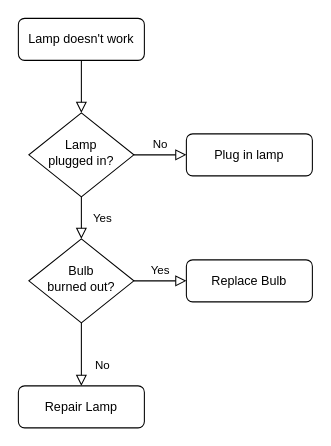
This is Untitled Diagram.drawio from nftPower88/CryptoGraphBot, a draw.io file, before an edit. Source tidied: cells renumbered, new cells numbered last; positions are measured from the earlier drawing's top-left corner, leaving out a move shared by most shapes. Both pictures are drawn from the tidied source at 105%, with x=0, y=0 at pixel (18, 18).
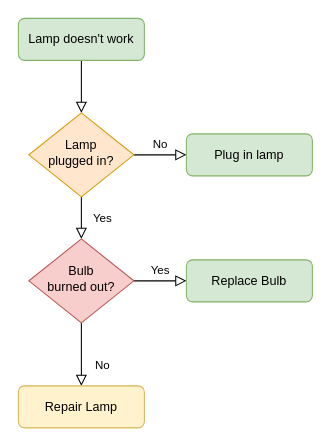
Above is the later version.

The edit, as a diff of the source:
```diff
@@
 <mxGraphModel>
   <root>
     <mxCell id="0" />
     <mxCell id="1" parent="0" />
     <mxCell id="2" style="rounded=0;html=1;jettySize=auto;fontSize=11;endArrow=block;endFill=0;endSize=8;strokeWidth=1;shadow=0;labelBackgroundColor=none;edgeStyle=orthogonalEdgeStyle;" parent="1" edge="1" source="3" target="6">
       <mxGeometry relative="1" as="geometry" />
     </mxCell>
-    <mxCell id="3" value="Lamp doesn't work" style="rounded=1;whiteSpace=wrap;html=1;fontSize=12;glass=0;strokeWidth=1;shadow=0;" parent="1" vertex="1">
+    <mxCell id="3" value="Lamp doesn't work" style="rounded=1;whiteSpace=wrap;html=1;fontSize=12;glass=0;strokeWidth=1;shadow=0;fillColor=#d5e8d4;strokeColor=#82b366;" parent="1" vertex="1">
       <mxGeometry width="120" height="40" as="geometry" />
     </mxCell>
     <mxCell id="4" value="Yes" style="rounded=0;html=1;jettySize=auto;fontSize=11;endArrow=block;endFill=0;endSize=8;strokeWidth=1;shadow=0;labelBackgroundColor=none;edgeStyle=orthogonalEdgeStyle;" parent="1" edge="1" source="6" target="10">
       <mxGeometry y="20" relative="1" as="geometry" />
     </mxCell>
     <mxCell id="5" value="No" style="edgeStyle=orthogonalEdgeStyle;rounded=0;html=1;jettySize=auto;fontSize=11;endArrow=block;endFill=0;endSize=8;strokeWidth=1;shadow=0;labelBackgroundColor=none;" parent="1" edge="1" source="6" target="7">
       <mxGeometry y="10" relative="1" as="geometry" />
     </mxCell>
-    <mxCell id="6" value="Lamp&lt;br&gt;plugged in?" style="rhombus;whiteSpace=wrap;html=1;shadow=0;fontFamily=Helvetica;fontSize=12;align=center;strokeWidth=1;spacing=6;spacingTop=-4;" parent="1" vertex="1">
+    <mxCell id="6" value="Lamp&lt;br&gt;plugged in?" style="rhombus;whiteSpace=wrap;html=1;shadow=0;fontFamily=Helvetica;fontSize=12;align=center;strokeWidth=1;spacing=6;spacingTop=-4;fillColor=#ffe6cc;strokeColor=#d79b00;" parent="1" vertex="1">
       <mxGeometry x="10" y="90" width="100" height="80" as="geometry" />
     </mxCell>
-    <mxCell id="7" value="Plug in lamp" style="rounded=1;whiteSpace=wrap;html=1;fontSize=12;glass=0;strokeWidth=1;shadow=0;" parent="1" vertex="1">
+    <mxCell id="7" value="Plug in lamp" style="rounded=1;whiteSpace=wrap;html=1;fontSize=12;glass=0;strokeWidth=1;shadow=0;fillColor=#d5e8d4;strokeColor=#82b366;" parent="1" vertex="1">
       <mxGeometry x="160" y="110" width="120" height="40" as="geometry" />
     </mxCell>
     <mxCell id="8" value="No" style="rounded=0;html=1;jettySize=auto;fontSize=11;endArrow=block;endFill=0;endSize=8;strokeWidth=1;shadow=0;labelBackgroundColor=none;edgeStyle=orthogonalEdgeStyle;" parent="1" edge="1" source="10" target="11">
       <mxGeometry x="0.33" y="20" relative="1" as="geometry" />
     </mxCell>
     <mxCell id="9" value="Yes" style="edgeStyle=orthogonalEdgeStyle;rounded=0;html=1;jettySize=auto;fontSize=11;endArrow=block;endFill=0;endSize=8;strokeWidth=1;shadow=0;labelBackgroundColor=none;" parent="1" edge="1" source="10" target="12">
       <mxGeometry y="10" relative="1" as="geometry" />
     </mxCell>
-    <mxCell id="10" value="Bulb&lt;br&gt;burned out?" style="rhombus;whiteSpace=wrap;html=1;shadow=0;fontFamily=Helvetica;fontSize=12;align=center;strokeWidth=1;spacing=6;spacingTop=-4;" parent="1" vertex="1">
+    <mxCell id="10" value="Bulb&lt;br&gt;burned out?" style="rhombus;whiteSpace=wrap;html=1;shadow=0;fontFamily=Helvetica;fontSize=12;align=center;strokeWidth=1;spacing=6;spacingTop=-4;fillColor=#f8cecc;strokeColor=#b85450;" parent="1" vertex="1">
       <mxGeometry x="10" y="210" width="100" height="80" as="geometry" />
     </mxCell>
-    <mxCell id="11" value="Repair Lamp" style="rounded=1;whiteSpace=wrap;html=1;fontSize=12;glass=0;strokeWidth=1;shadow=0;" parent="1" vertex="1">
+    <mxCell id="11" value="Repair Lamp" style="rounded=1;whiteSpace=wrap;html=1;fontSize=12;glass=0;strokeWidth=1;shadow=0;fillColor=#fff2cc;strokeColor=#d6b656;" parent="1" vertex="1">
       <mxGeometry y="350" width="120" height="40" as="geometry" />
     </mxCell>
-    <mxCell id="12" value="Replace Bulb" style="rounded=1;whiteSpace=wrap;html=1;fontSize=12;glass=0;strokeWidth=1;shadow=0;" parent="1" vertex="1">
+    <mxCell id="12" value="Replace Bulb" style="rounded=1;whiteSpace=wrap;html=1;fontSize=12;glass=0;strokeWidth=1;shadow=0;fillColor=#d5e8d4;strokeColor=#82b366;" parent="1" vertex="1">
       <mxGeometry x="160" y="230" width="120" height="40" as="geometry" />
     </mxCell>
   </root>
 </mxGraphModel>
```
